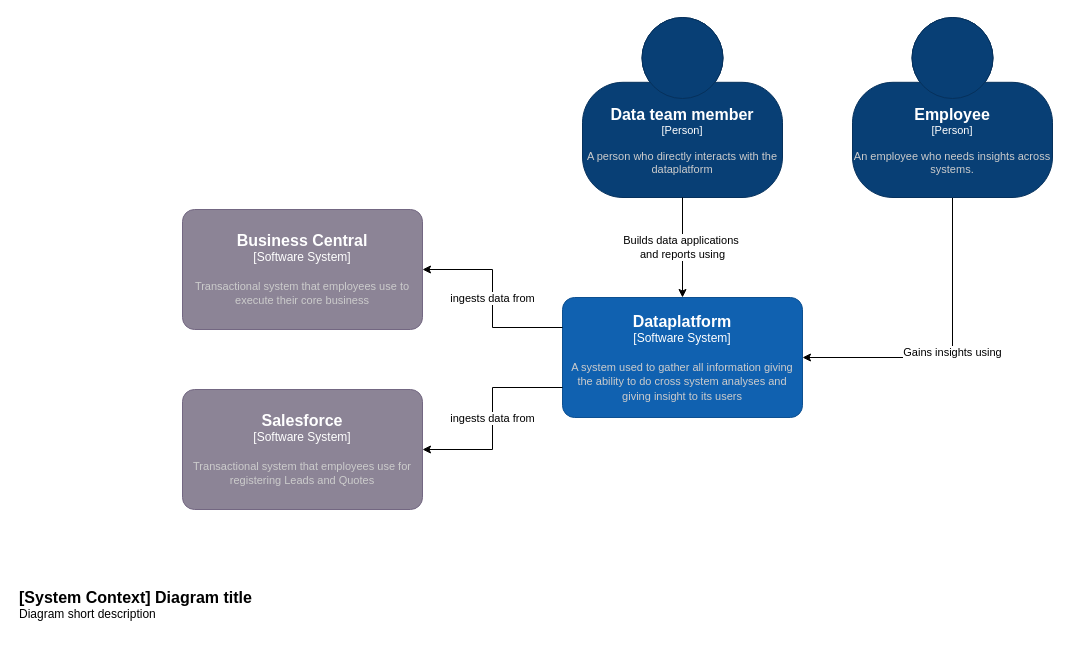
This is page "1. System Context" (1 of 4) of Dataplatform Model.drawio from ferdyh/c4, a draw.io file, before an edit. Source tidied: cells renumbered, new cells numbered last; positions are measured from the earlier drawing's top-left corner, leaving out a move shared by most shapes. Both pictures are drawn from the tidied source at 100%, with x=0, y=0 at pixel (17, 17).
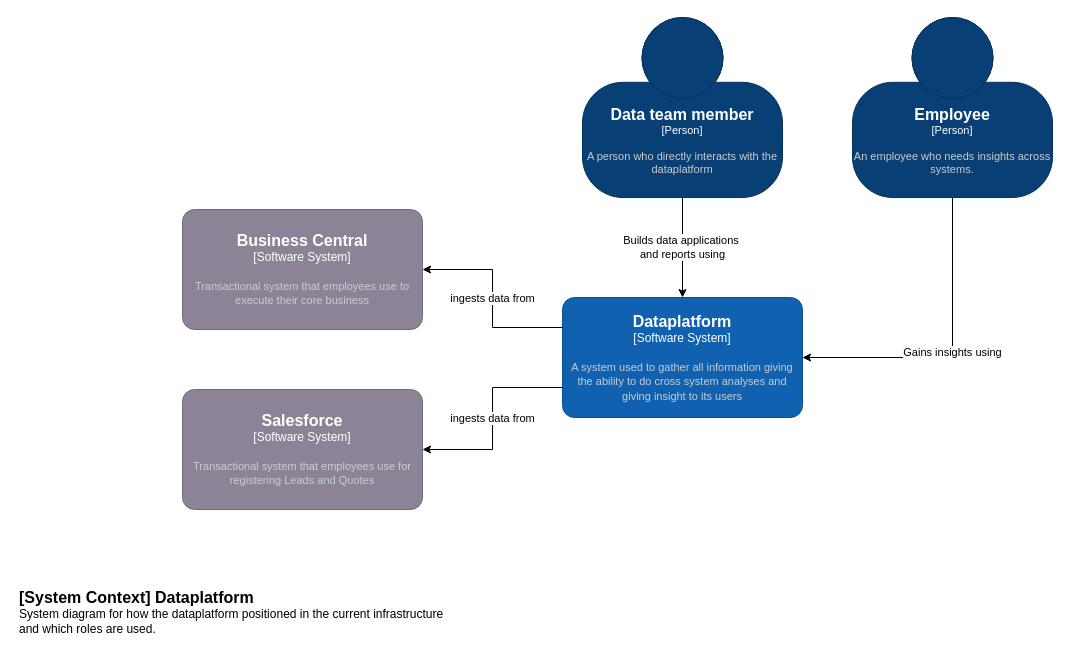
After the change.

Change to the diagram source:
```diff
@@
 <mxGraphModel>
   <root>
     <mxCell id="0" />
     <mxCell id="1" parent="0" />
     <object id="2" label="&lt;font style=&quot;font-size: 16px&quot;&gt;&lt;b&gt;%c4Name%&lt;/b&gt;&lt;/font&gt;&lt;div&gt;[%c4Type%]&lt;/div&gt;&lt;br&gt;&lt;div&gt;&lt;font style=&quot;font-size: 11px&quot;&gt;&lt;font color=&quot;#cccccc&quot;&gt;%c4Description%&lt;/font&gt;&lt;/div&gt;" c4Description="A person who directly interacts with the dataplatform" c4Name="Data team member" c4Type="Person" placeholders="1">
       <mxCell style="html=1;fontSize=11;dashed=0;whiteSpace=wrap;fillColor=#083F75;strokeColor=#06315C;fontColor=#ffffff;shape=mxgraph.c4.person2;align=center;points=[[0.5,0,0],[1,0.5,0],[1,0.75,0],[0.75,1,0],[0.5,1,0],[0.25,1,0],[0,0.75,0],[0,0.5,0]];" parent="1" vertex="1">
         <mxGeometry x="565" width="200" height="180" as="geometry" />
       </mxCell>
     </object>
     <mxCell id="3" value="Gains insights using" style="edgeStyle=orthogonalEdgeStyle;rounded=0;jettySize=auto;html=1;exitX=0.5;exitY=1;exitDx=0;exitDy=0;exitPerimeter=0;entryX=1;entryY=0.5;entryDx=0;entryDy=0;entryPerimeter=0;" parent="1" edge="1" source="4" target="5">
       <mxGeometry relative="1" as="geometry" />
     </mxCell>
     <object id="4" label="&lt;font style=&quot;font-size: 16px&quot;&gt;&lt;b&gt;%c4Name%&lt;/b&gt;&lt;/font&gt;&lt;div&gt;[%c4Type%]&lt;/div&gt;&lt;br&gt;&lt;div&gt;&lt;font style=&quot;font-size: 11px&quot;&gt;&lt;font color=&quot;#cccccc&quot;&gt;%c4Description%&lt;/font&gt;&lt;/div&gt;" c4Description="An employee who needs insights across systems." c4Name="Employee" c4Type="Person" placeholders="1">
       <mxCell style="html=1;fontSize=11;dashed=0;whiteSpace=wrap;fillColor=#083F75;strokeColor=#06315C;fontColor=#ffffff;shape=mxgraph.c4.person2;align=center;points=[[0.5,0,0],[1,0.5,0],[1,0.75,0],[0.75,1,0],[0.5,1,0],[0.25,1,0],[0,0.75,0],[0,0.5,0]];" parent="1" vertex="1">
         <mxGeometry x="835" width="200" height="180" as="geometry" />
       </mxCell>
     </object>
     <object id="5" label="&lt;font style=&quot;font-size: 16px&quot;&gt;&lt;b&gt;%c4Name%&lt;/b&gt;&lt;/font&gt;&lt;div&gt;[%c4Type%]&lt;/div&gt;&lt;br&gt;&lt;div&gt;&lt;font style=&quot;font-size: 11px&quot;&gt;&lt;font color=&quot;#cccccc&quot;&gt;%c4Description%&lt;/font&gt;&lt;/div&gt;" c4Description="A system used to gather all information giving the ability to do cross system analyses and giving insight to its users" c4Name="Dataplatform" c4Type="Software System" placeholders="1">
       <mxCell style="rounded=1;whiteSpace=wrap;html=1;labelBackgroundColor=none;fillColor=#1061B0;fontColor=#ffffff;align=center;arcSize=10;strokeColor=#0D5091;points=[[0.25,0,0],[0.5,0,0],[0.75,0,0],[1,0.25,0],[1,0.5,0],[1,0.75,0],[0.75,1,0],[0.5,1,0],[0.25,1,0],[0,0.75,0],[0,0.5,0],[0,0.25,0]];" parent="1" vertex="1">
         <mxGeometry x="545" y="280" width="240" height="120" as="geometry" />
       </mxCell>
     </object>
     <mxCell id="6" value="Builds data applications&amp;nbsp;&lt;div&gt;and reports using&lt;/div&gt;" style="edgeStyle=orthogonalEdgeStyle;rounded=0;jettySize=auto;html=1;exitX=0.5;exitY=1;exitDx=0;exitDy=0;exitPerimeter=0;entryX=0.5;entryY=0;entryDx=0;entryDy=0;entryPerimeter=0;" parent="1" edge="1" source="2" target="5">
       <mxGeometry relative="1" as="geometry" />
     </mxCell>
     <object id="7" label="&lt;font style=&quot;font-size: 16px&quot;&gt;&lt;b&gt;%c4Name%&lt;/b&gt;&lt;/font&gt;&lt;div&gt;[%c4Type%]&lt;/div&gt;&lt;br&gt;&lt;div&gt;&lt;font style=&quot;font-size: 11px&quot;&gt;&lt;font color=&quot;#cccccc&quot;&gt;%c4Description%&lt;/font&gt;&lt;/div&gt;" c4Description="Transactional system that employees use to execute their core business" c4Name="Business Central" c4Type="Software System" placeholders="1">
       <mxCell style="rounded=1;whiteSpace=wrap;html=1;labelBackgroundColor=none;fillColor=#8C8496;fontColor=#ffffff;align=center;arcSize=10;strokeColor=#736782;points=[[0.25,0,0],[0.5,0,0],[0.75,0,0],[1,0.25,0],[1,0.5,0],[1,0.75,0],[0.75,1,0],[0.5,1,0],[0.25,1,0],[0,0.75,0],[0,0.5,0],[0,0.25,0]];" parent="1" vertex="1">
         <mxGeometry x="165" y="192" width="240" height="120" as="geometry" />
       </mxCell>
     </object>
     <mxCell id="8" value="ingests data from" style="edgeStyle=orthogonalEdgeStyle;rounded=0;jettySize=auto;html=1;exitX=0;exitY=0.25;exitDx=0;exitDy=0;exitPerimeter=0;entryX=1;entryY=0.5;entryDx=0;entryDy=0;entryPerimeter=0;" parent="1" edge="1" source="5" target="7">
       <mxGeometry relative="1" as="geometry" />
     </mxCell>
     <object id="9" label="&lt;font style=&quot;font-size: 16px&quot;&gt;&lt;b&gt;%c4Name%&lt;/b&gt;&lt;/font&gt;&lt;div&gt;[%c4Type%]&lt;/div&gt;&lt;br&gt;&lt;div&gt;&lt;font style=&quot;font-size: 11px&quot;&gt;&lt;font color=&quot;#cccccc&quot;&gt;%c4Description%&lt;/font&gt;&lt;/div&gt;" c4Description="Transactional system that employees use for registering Leads and Quotes" c4Name="Salesforce" c4Type="Software System" placeholders="1">
       <mxCell style="rounded=1;whiteSpace=wrap;html=1;labelBackgroundColor=none;fillColor=#8C8496;fontColor=#ffffff;align=center;arcSize=10;strokeColor=#736782;points=[[0.25,0,0],[0.5,0,0],[0.75,0,0],[1,0.25,0],[1,0.5,0],[1,0.75,0],[0.75,1,0],[0.5,1,0],[0.25,1,0],[0,0.75,0],[0,0.5,0],[0,0.25,0]];" parent="1" vertex="1">
         <mxGeometry x="165" y="372" width="240" height="120" as="geometry" />
       </mxCell>
     </object>
     <mxCell id="10" value="ingests data from" style="edgeStyle=orthogonalEdgeStyle;rounded=0;jettySize=auto;html=1;exitX=0;exitY=0.75;exitDx=0;exitDy=0;exitPerimeter=0;entryX=1;entryY=0.5;entryDx=0;entryDy=0;entryPerimeter=0;" parent="1" edge="1" source="5" target="9">
       <mxGeometry relative="1" as="geometry" />
     </mxCell>
-    <object id="11" label="&lt;font style=&quot;font-size: 16px&quot;&gt;&lt;b&gt;&lt;div style=&quot;text-align: left&quot;&gt;%c4Name%&lt;/div&gt;&lt;/b&gt;&lt;/font&gt;&lt;div style=&quot;text-align: left&quot;&gt;%c4Description%&lt;/div&gt;" c4Description="Diagram short description" c4Name="[System Context] Diagram title" placeholders="1">
+    <object id="11" label="&lt;font style=&quot;font-size: 16px&quot;&gt;&lt;b&gt;&lt;div style=&quot;text-align: left&quot;&gt;%c4Name%&lt;/div&gt;&lt;/b&gt;&lt;/font&gt;&lt;div style=&quot;text-align: left&quot;&gt;%c4Description%&lt;/div&gt;" c4Description="System diagram for how the dataplatform positioned in the current infrastructure and which roles are used." c4Name="[System Context] Dataplatform" placeholders="1">
       <mxCell style="text;html=1;strokeColor=none;fillColor=none;align=left;verticalAlign=top;whiteSpace=wrap;rounded=0;" parent="1" vertex="1">
-        <mxGeometry y="564" width="260" height="40" as="geometry" />
+        <mxGeometry y="564" width="445" height="40" as="geometry" />
       </mxCell>
     </object>
   </root>
 </mxGraphModel>
```
